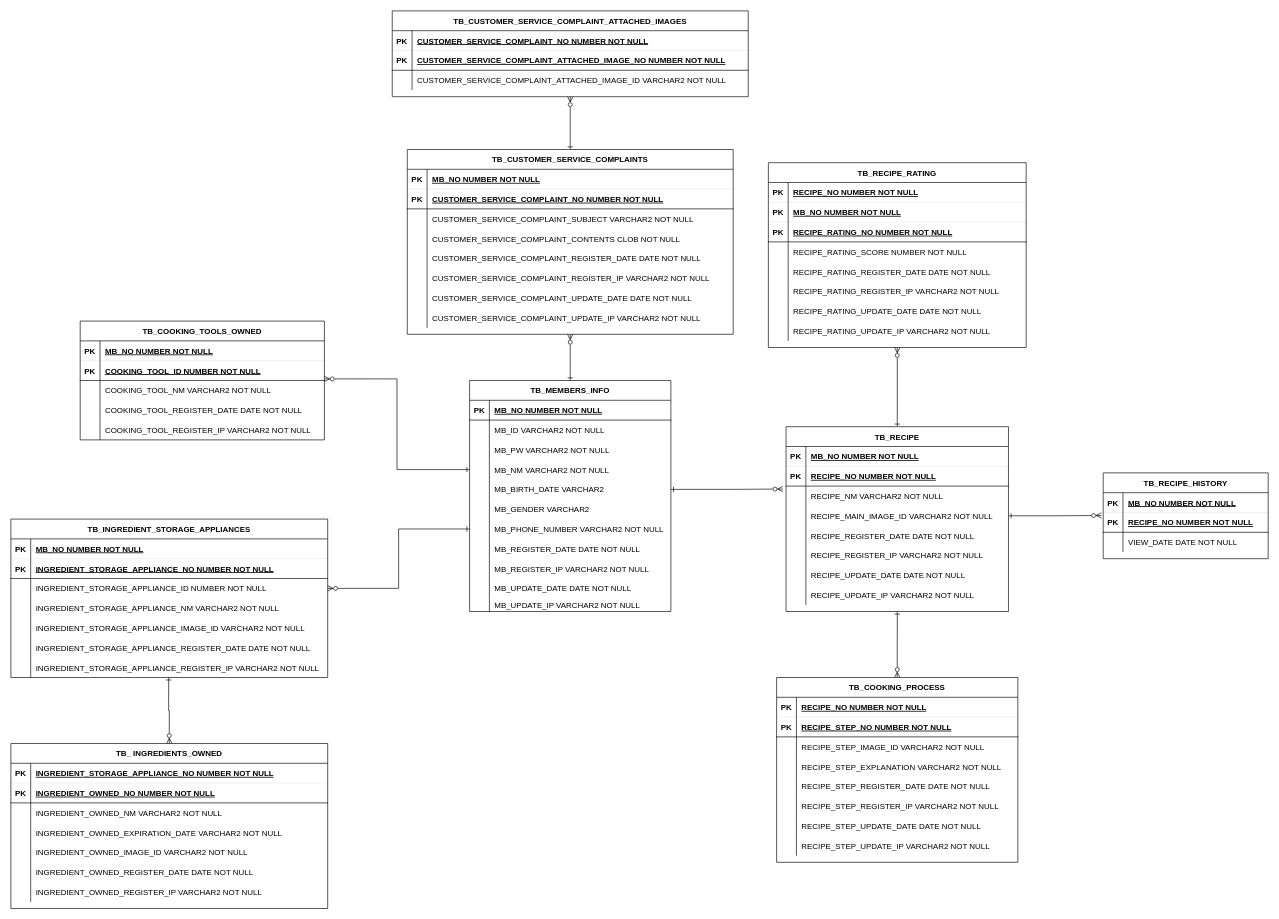
Earlier version of the draw.io diagram DB/논리적설계/논리적설계.drawio (HaeZuo/NewMit). Source tidied: cells renumbered, new cells numbered last; positions are measured from the earlier drawing's top-left corner, leaving out a move shared by most shapes. Both pictures are drawn from the tidied source at 66%, with x=0, y=0 at pixel (11, 11).
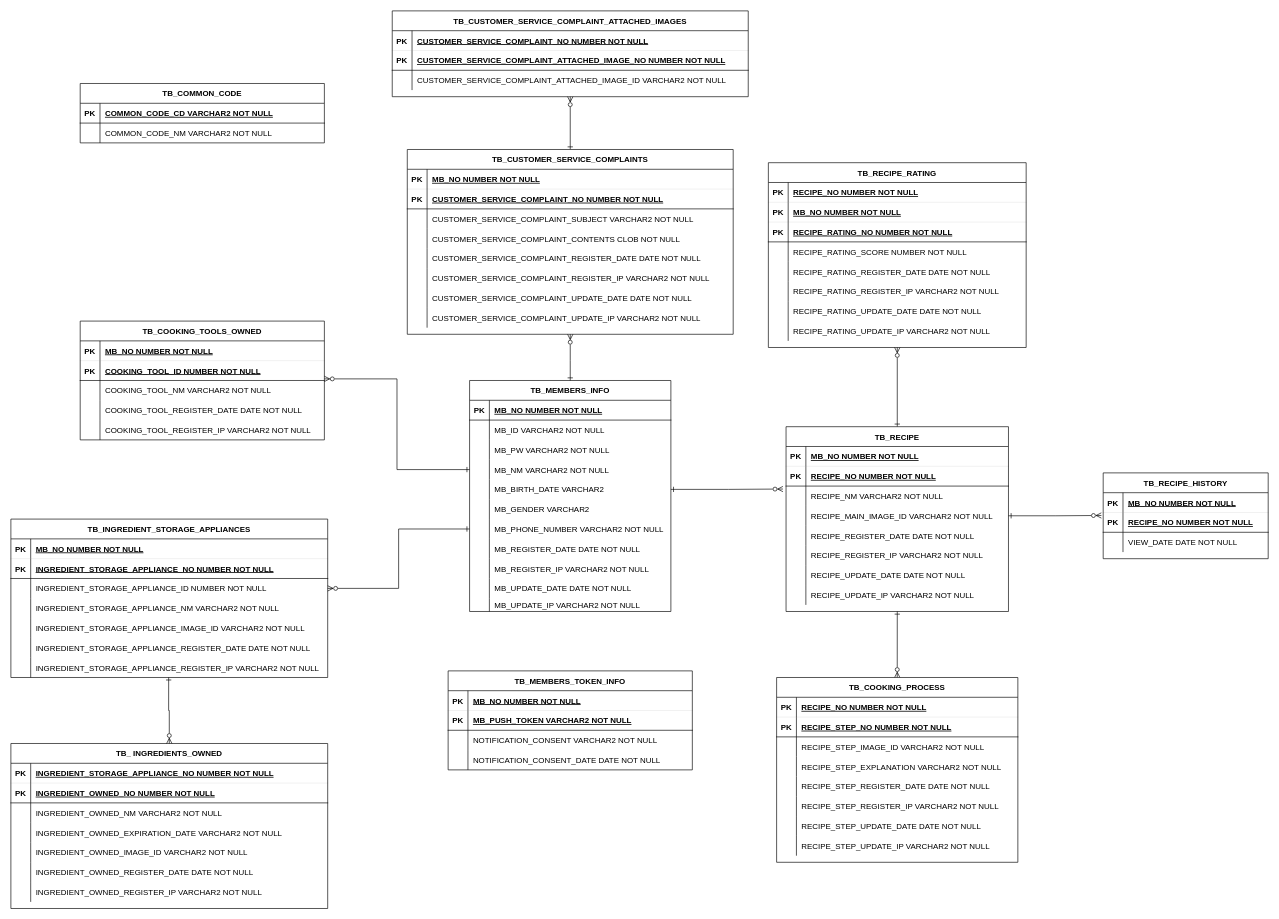
After the change.

Commit message:
Update 논리적설계.drawio

What changed in the source:
```diff
@@
+    <mxCell id="225" value="TB_COMMON_CODE" style="shape=table;startSize=30;childLayout=tableLayout;rowLines=0;fontStyle=1;align=center;" parent="1" vertex="1">
+      <mxGeometry x="105" y="110" width="370" height="90" as="geometry" />
+    </mxCell>
+    <mxCell id="226" style="shape=partialRectangle;fillColor=none;top=0;left=0;right=0;bottom=1;strokeColor=inherit;labelBorderColor=none;strokeWidth=1;" parent="225" vertex="1">
+      <mxGeometry y="30" width="370" height="30" as="geometry" />
+    </mxCell>
+    <mxCell id="227" value="PK" style="shape=partialRectangle;overflow=hidden;fillColor=none;top=0;left=0;bottom=0;right=0;fontStyle=1;strokeColor=default;" parent="226" vertex="1">
+      <mxGeometry width="30" height="30" as="geometry" />
+    </mxCell>
+    <mxCell id="228" value="COMMON_CODE_CD VARCHAR2 NOT NULL" style="shape=partialRectangle;overflow=hidden;fillColor=none;top=0;left=0;bottom=0;right=0;align=left;spacingLeft=6;fontStyle=5;labelBorderColor=none;" parent="226" vertex="1">
+      <mxGeometry x="30" width="340" height="30" as="geometry" />
+    </mxCell>
+    <mxCell id="229" style="shape=partialRectangle;fillColor=none;top=0;left=0;right=0;bottom=0;" parent="225" vertex="1">
+      <mxGeometry y="60" width="370" height="30" as="geometry" />
+    </mxCell>
+    <mxCell id="230" style="shape=partialRectangle;overflow=hidden;fillColor=none;top=0;left=0;bottom=0;right=0;" parent="229" vertex="1">
+      <mxGeometry width="30" height="30" as="geometry" />
+    </mxCell>
+    <mxCell id="231" value="COMMON_CODE_NM VARCHAR2 NOT NULL" style="shape=partialRectangle;overflow=hidden;fillColor=none;top=0;left=0;bottom=0;right=0;align=left;spacingLeft=6;" parent="229" vertex="1">
+      <mxGeometry x="30" width="340" height="30" as="geometry" />
+    </mxCell>
+    <mxCell id="232" value="TB_MEMBERS_TOKEN_INFO" style="shape=table;startSize=30;childLayout=tableLayout;rowLines=0;fontStyle=1;align=center;" parent="1" vertex="1">
+      <mxGeometry x="662.5" y="1000" width="370" height="150" as="geometry" />
+    </mxCell>
+    <mxCell id="233" style="shape=partialRectangle;fillColor=none;top=0;left=0;right=0;bottom=1;strokeWidth=0;" parent="232" vertex="1">
+      <mxGeometry y="30" width="370" height="30" as="geometry" />
+    </mxCell>
+    <mxCell id="234" value="PK" style="shape=partialRectangle;overflow=hidden;fillColor=none;top=0;left=0;bottom=0;right=0;fontStyle=1;" parent="233" vertex="1">
+      <mxGeometry width="30" height="30" as="geometry" />
+    </mxCell>
+    <mxCell id="235" value="MB_NO NUMBER NOT NULL " style="shape=partialRectangle;overflow=hidden;fillColor=none;top=0;left=0;bottom=0;right=0;align=left;spacingLeft=6;fontStyle=5;" parent="233" vertex="1">
+      <mxGeometry x="30" width="340" height="30" as="geometry" />
+    </mxCell>
+    <mxCell id="236" style="shape=partialRectangle;fillColor=none;top=0;left=0;right=0;bottom=1;" parent="232" vertex="1">
+      <mxGeometry y="60" width="370" height="30" as="geometry" />
+    </mxCell>
+    <mxCell id="237" value="PK" style="shape=partialRectangle;overflow=hidden;fillColor=none;top=0;left=0;bottom=0;right=0;fontStyle=1;" parent="236" vertex="1">
+      <mxGeometry width="30" height="30" as="geometry" />
+    </mxCell>
+    <mxCell id="238" value="MB_PUSH_TOKEN VARCHAR2 NOT NULL " style="shape=partialRectangle;overflow=hidden;fillColor=none;top=0;left=0;bottom=0;right=0;align=left;spacingLeft=6;fontStyle=5;" parent="236" vertex="1">
+      <mxGeometry x="30" width="340" height="30" as="geometry" />
+    </mxCell>
+    <mxCell id="239" style="shape=partialRectangle;fillColor=none;top=0;left=0;right=0;bottom=0;" parent="232" vertex="1">
+      <mxGeometry y="90" width="370" height="30" as="geometry" />
+    </mxCell>
+    <mxCell id="240" style="shape=partialRectangle;overflow=hidden;fillColor=none;top=0;left=0;bottom=0;right=0;" parent="239" vertex="1">
+      <mxGeometry width="30" height="30" as="geometry" />
+    </mxCell>
+    <mxCell id="241" value="NOTIFICATION_CONSENT VARCHAR2 NOT NULL" style="shape=partialRectangle;overflow=hidden;fillColor=none;top=0;left=0;bottom=0;right=0;align=left;spacingLeft=6;" parent="239" vertex="1">
+      <mxGeometry x="30" width="340" height="30" as="geometry" />
+    </mxCell>
+    <mxCell id="242" style="shape=partialRectangle;fillColor=none;top=0;left=0;right=0;bottom=0;" parent="232" vertex="1">
+      <mxGeometry y="120" width="370" height="30" as="geometry" />
+    </mxCell>
+    <mxCell id="243" style="shape=partialRectangle;overflow=hidden;fillColor=none;top=0;left=0;bottom=0;right=0;" parent="242" vertex="1">
+      <mxGeometry width="30" height="30" as="geometry" />
+    </mxCell>
+    <mxCell id="244" value="NOTIFICATION_CONSENT_DATE DATE NOT NULL" style="shape=partialRectangle;overflow=hidden;fillColor=none;top=0;left=0;bottom=0;right=0;align=left;spacingLeft=6;" parent="242" vertex="1">
+      <mxGeometry x="30" width="340" height="30" as="geometry" />
+    </mxCell>
```
